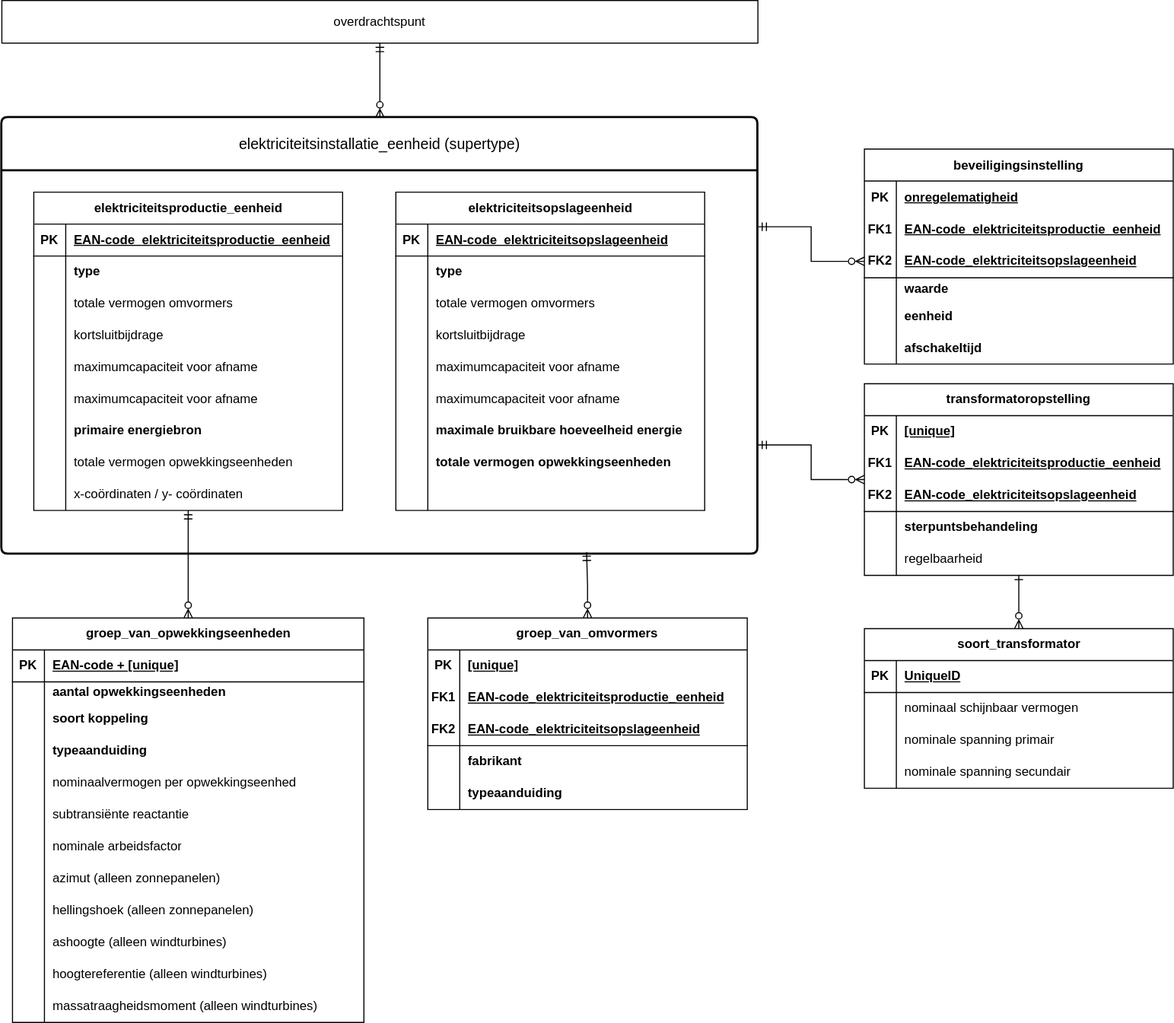
Earlier version of the draw.io export installatieregister_pub.drawio.svg (Jterveld/draw.io-modellen). Source tidied: cells renumbered, new cells last; positions are measured from the earlier drawing's top-left corner, leaving out a move shared by most shapes.
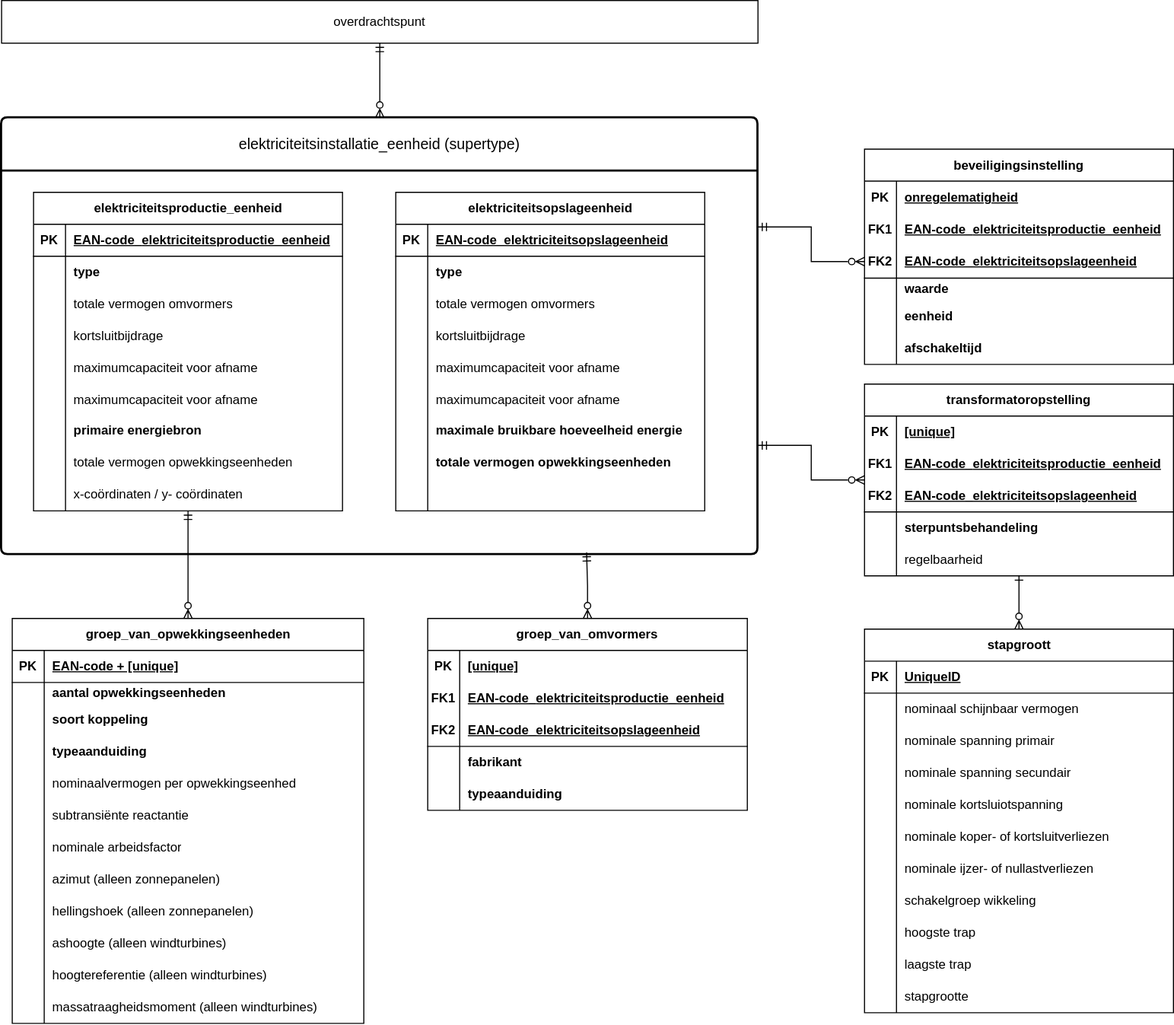
Above is the later version.

Diff of the diagram source:
```diff
@@ -448,8 +448,8 @@
     <mxCell id="149" value="regelbaarheid" style="shape=partialRectangle;fillColor=none;top=0;left=0;bottom=0;right=0;align=left;spacingLeft=6;overflow=hidden;html=1;whiteSpace=wrap;" parent="147" vertex="1">
       <mxGeometry x="30" width="260" height="30" as="geometry" />
     </mxCell>
-    <mxCell id="150" value="soort_transformator" style="shape=table;startSize=30;rowLines=0;fontStyle=1;align=center;html=1;" parent="1" vertex="1">
-      <mxGeometry x="810" y="590" width="290" height="150" as="geometry" />
+    <mxCell id="150" value="stapgroott" style="shape=table;startSize=30;rowLines=0;fontStyle=1;align=center;html=1;" parent="1" vertex="1">
+      <mxGeometry x="810" y="590" width="290" height="360" as="geometry" />
     </mxCell>
     <mxCell id="151" style="shape=tableRow;horizontal=0;startSize=0;swimlaneHead=0;swimlaneBody=0;fillColor=none;top=0;left=0;right=0;bottom=1;" parent="150" vertex="1">
       <mxGeometry y="30" width="290" height="30" as="geometry" />
@@ -487,6 +487,69 @@
     <mxCell id="162" value="nominale spanning secundair" style="shape=partialRectangle;fillColor=none;top=0;left=0;bottom=0;right=0;align=left;spacingLeft=6;overflow=hidden;whiteSpace=wrap;html=1;" parent="160" vertex="1">
       <mxGeometry x="30" width="260" height="30" as="geometry" />
     </mxCell>
+    <mxCell id="167" style="shape=tableRow;horizontal=0;startSize=0;swimlaneHead=0;swimlaneBody=0;fillColor=none;top=0;left=0;right=0;bottom=0;" parent="150" vertex="1">
+      <mxGeometry y="150" width="290" height="30" as="geometry" />
+    </mxCell>
+    <mxCell id="168" style="shape=partialRectangle;fillColor=none;top=0;left=0;bottom=0;right=0;overflow=hidden;whiteSpace=wrap;html=1;" parent="167" vertex="1">
+      <mxGeometry width="30" height="30" as="geometry" />
+    </mxCell>
+    <mxCell id="169" value="nominale kortsluiotspanning" style="shape=partialRectangle;fillColor=none;top=0;left=0;bottom=0;right=0;align=left;spacingLeft=6;overflow=hidden;whiteSpace=wrap;html=1;" parent="167" vertex="1">
+      <mxGeometry x="30" width="260" height="30" as="geometry" />
+    </mxCell>
+    <mxCell id="170" style="shape=tableRow;horizontal=0;startSize=0;swimlaneHead=0;swimlaneBody=0;fillColor=none;top=0;left=0;right=0;bottom=0;" parent="150" vertex="1">
+      <mxGeometry y="180" width="290" height="30" as="geometry" />
+    </mxCell>
+    <mxCell id="171" style="shape=partialRectangle;fillColor=none;top=0;left=0;bottom=0;right=0;overflow=hidden;whiteSpace=wrap;html=1;" parent="170" vertex="1">
+      <mxGeometry width="30" height="30" as="geometry" />
+    </mxCell>
+    <mxCell id="172" value="nominale koper- of kortsluitverliezen" style="shape=partialRectangle;fillColor=none;top=0;left=0;bottom=0;right=0;align=left;spacingLeft=6;overflow=hidden;whiteSpace=wrap;html=1;" parent="170" vertex="1">
+      <mxGeometry x="30" width="260" height="30" as="geometry" />
+    </mxCell>
+    <mxCell id="173" style="shape=tableRow;horizontal=0;startSize=0;swimlaneHead=0;swimlaneBody=0;fillColor=none;top=0;left=0;right=0;bottom=0;" parent="150" vertex="1">
+      <mxGeometry y="210" width="290" height="30" as="geometry" />
+    </mxCell>
+    <mxCell id="174" style="shape=partialRectangle;fillColor=none;top=0;left=0;bottom=0;right=0;overflow=hidden;whiteSpace=wrap;html=1;" parent="173" vertex="1">
+      <mxGeometry width="30" height="30" as="geometry" />
+    </mxCell>
+    <mxCell id="175" value="nominale ijzer- of nullastverliezen" style="shape=partialRectangle;fillColor=none;top=0;left=0;bottom=0;right=0;align=left;spacingLeft=6;overflow=hidden;whiteSpace=wrap;html=1;" parent="173" vertex="1">
+      <mxGeometry x="30" width="260" height="30" as="geometry" />
+    </mxCell>
+    <mxCell id="176" style="shape=tableRow;horizontal=0;startSize=0;swimlaneHead=0;swimlaneBody=0;fillColor=none;top=0;left=0;right=0;bottom=0;" parent="150" vertex="1">
+      <mxGeometry y="240" width="290" height="30" as="geometry" />
+    </mxCell>
+    <mxCell id="177" style="shape=partialRectangle;fillColor=none;top=0;left=0;bottom=0;right=0;overflow=hidden;whiteSpace=wrap;html=1;" parent="176" vertex="1">
+      <mxGeometry width="30" height="30" as="geometry" />
+    </mxCell>
+    <mxCell id="178" value="schakelgroep wikkeling" style="shape=partialRectangle;fillColor=none;top=0;left=0;bottom=0;right=0;align=left;spacingLeft=6;overflow=hidden;whiteSpace=wrap;html=1;" parent="176" vertex="1">
+      <mxGeometry x="30" width="260" height="30" as="geometry" />
+    </mxCell>
+    <mxCell id="179" style="shape=tableRow;horizontal=0;startSize=0;swimlaneHead=0;swimlaneBody=0;fillColor=none;top=0;left=0;right=0;bottom=0;" parent="150" vertex="1">
+      <mxGeometry y="270" width="290" height="30" as="geometry" />
+    </mxCell>
+    <mxCell id="180" style="shape=partialRectangle;fillColor=none;top=0;left=0;bottom=0;right=0;overflow=hidden;whiteSpace=wrap;html=1;" parent="179" vertex="1">
+      <mxGeometry width="30" height="30" as="geometry" />
+    </mxCell>
+    <mxCell id="181" value="hoogste trap" style="shape=partialRectangle;fillColor=none;top=0;left=0;bottom=0;right=0;align=left;spacingLeft=6;overflow=hidden;whiteSpace=wrap;html=1;" parent="179" vertex="1">
+      <mxGeometry x="30" width="260" height="30" as="geometry" />
+    </mxCell>
+    <mxCell id="182" style="shape=tableRow;horizontal=0;startSize=0;swimlaneHead=0;swimlaneBody=0;fillColor=none;top=0;left=0;right=0;bottom=0;" parent="150" vertex="1">
+      <mxGeometry y="300" width="290" height="30" as="geometry" />
+    </mxCell>
+    <mxCell id="183" style="shape=partialRectangle;fillColor=none;top=0;left=0;bottom=0;right=0;overflow=hidden;whiteSpace=wrap;html=1;" parent="182" vertex="1">
+      <mxGeometry width="30" height="30" as="geometry" />
+    </mxCell>
+    <mxCell id="184" value="laagste trap" style="shape=partialRectangle;fillColor=none;top=0;left=0;bottom=0;right=0;align=left;spacingLeft=6;overflow=hidden;whiteSpace=wrap;html=1;" parent="182" vertex="1">
+      <mxGeometry x="30" width="260" height="30" as="geometry" />
+    </mxCell>
+    <mxCell id="185" style="shape=tableRow;horizontal=0;startSize=0;swimlaneHead=0;swimlaneBody=0;fillColor=none;top=0;left=0;right=0;bottom=0;" parent="150" vertex="1">
+      <mxGeometry y="330" width="290" height="30" as="geometry" />
+    </mxCell>
+    <mxCell id="186" style="shape=partialRectangle;fillColor=none;top=0;left=0;bottom=0;right=0;overflow=hidden;whiteSpace=wrap;html=1;" parent="185" vertex="1">
+      <mxGeometry width="30" height="30" as="geometry" />
+    </mxCell>
+    <mxCell id="187" value="stapgrootte" style="shape=partialRectangle;fillColor=none;top=0;left=0;bottom=0;right=0;align=left;spacingLeft=6;overflow=hidden;whiteSpace=wrap;html=1;" parent="185" vertex="1">
+      <mxGeometry x="30" width="260" height="30" as="geometry" />
+    </mxCell>
     <mxCell id="163" style="edgeStyle=orthogonalEdgeStyle;rounded=0;jettySize=auto;html=1;entryX=1;entryY=0.25;entryDx=0;entryDy=0;endArrow=ERmandOne;endFill=0;startArrow=ERzeroToMany;startFill=0;" parent="1" edge="1" source="121" target="166">
       <mxGeometry relative="1" as="geometry" />
     </mxCell>
```
